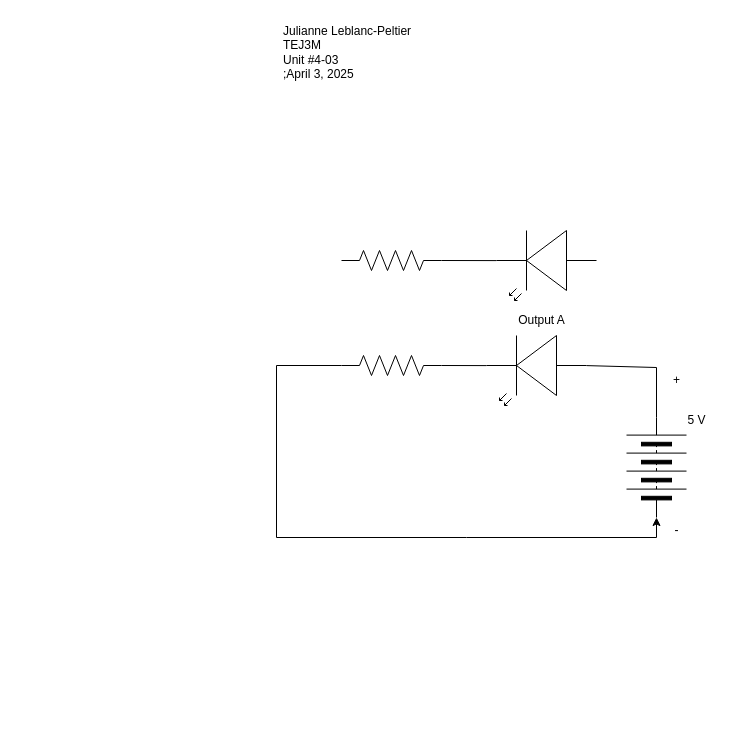
The draw.io diagram design/TEJ3M-4-03-Extra.drawio in Julianne-Leblanc-Peltier/TEJ3M-Unit4, before the edit. Source tidied: cells renumbered, new cells numbered last; positions are measured from the earlier drawing's top-left corner, leaving out a move shared by most shapes. Both pictures are drawn from the tidied source at 100%, with x=0, y=0 at pixel (276, 17).
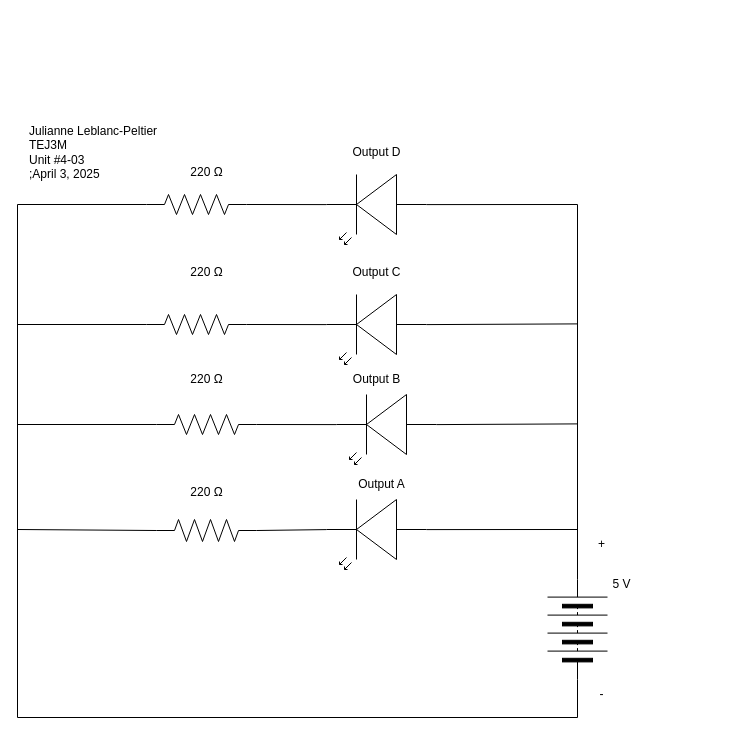
The same diagram, later.

Commit message (it also covers changes not shown here):
finished 4-03 extra schematic

Diff of the diagram source:
```diff
@@
     <mxCell id="2" style="verticalLabelPosition=bottom;shadow=0;dashed=0;align=center;html=1;verticalAlign=top;shape=mxgraph.electrical.miscellaneous.batteryStack;rotation=-90;" parent="1" vertex="1">
-      <mxGeometry x="330" y="420" width="100" height="60" as="geometry" />
+      <mxGeometry x="251" y="582" width="100" height="60" as="geometry" />
     </mxCell>
-    <mxCell id="3" style="edgeStyle=none;html=1;exitX=1;exitY=0.5;exitDx=0;exitDy=0;exitPerimeter=0;entryX=0;entryY=0.5;entryDx=0;entryDy=0;rounded=0;curved=0;" parent="1" edge="1" source="4" target="2">
-      <mxGeometry relative="1" as="geometry">
-        <Array as="points">
-          <mxPoint y="348" />
-          <mxPoint y="520" />
-          <mxPoint x="190" y="520" />
-          <mxPoint x="380" y="520" />
-        </Array>
-      </mxGeometry>
-    </mxCell>
     <mxCell id="4" style="verticalLabelPosition=bottom;shadow=0;dashed=0;align=center;html=1;verticalAlign=top;shape=mxgraph.electrical.resistors.resistor_2;rotation=-180;" parent="1" vertex="1">
-      <mxGeometry x="65" y="338" width="100" height="20" as="geometry" />
+      <mxGeometry x="-120" y="502" width="100" height="22" as="geometry" />
     </mxCell>
     <mxCell id="5" style="verticalLabelPosition=bottom;shadow=0;dashed=0;align=center;html=1;verticalAlign=top;shape=mxgraph.electrical.opto_electronics.led_2;rotation=-180;" parent="1" vertex="1">
-      <mxGeometry x="210" y="318" width="100" height="70" as="geometry" />
+      <mxGeometry x="50" y="482" width="100" height="70" as="geometry" />
     </mxCell>
-    <mxCell id="6" style="edgeStyle=none;html=1;exitX=1;exitY=0.5;exitDx=0;exitDy=0;entryX=0;entryY=0.57;entryDx=0;entryDy=0;entryPerimeter=0;rounded=0;curved=0;endArrow=none;endFill=0;" parent="1" edge="1" source="2" target="5">
+    <mxCell id="6" style="edgeStyle=none;html=1;exitX=1;exitY=0.5;exitDx=0;exitDy=0;entryX=0;entryY=0.57;entryDx=0;entryDy=0;entryPerimeter=0;rounded=0;curved=0;endArrow=none;endFill=0;" parent="1" edge="1" source="2" target="19">
       <mxGeometry relative="1" as="geometry">
         <Array as="points">
-          <mxPoint x="380" y="350" />
+          <mxPoint x="301" y="187" />
         </Array>
       </mxGeometry>
     </mxCell>
     <mxCell id="7" value="Output A" style="text;html=1;align=center;verticalAlign=middle;strokeColor=none;fillColor=none;" parent="1" vertex="1">
-      <mxGeometry x="230" y="288" width="70" height="30" as="geometry" />
+      <mxGeometry x="70" y="452" width="70" height="30" as="geometry" />
     </mxCell>
     <mxCell id="8" value="5 V" style="text;html=1;align=center;verticalAlign=middle;strokeColor=none;fillColor=none;" parent="1" vertex="1">
-      <mxGeometry x="400" y="388" width="40" height="30" as="geometry" />
+      <mxGeometry x="325" y="552" width="40" height="30" as="geometry" />
     </mxCell>
     <mxCell id="9" value="+" style="text;html=1;align=center;verticalAlign=middle;strokeColor=none;fillColor=none;" parent="1" vertex="1">
-      <mxGeometry x="385" y="348" width="30" height="30" as="geometry" />
+      <mxGeometry x="310" y="512" width="30" height="30" as="geometry" />
     </mxCell>
     <mxCell id="10" value="-" style="text;html=1;align=center;verticalAlign=middle;strokeColor=none;fillColor=none;" parent="1" vertex="1">
-      <mxGeometry x="385" y="498" width="30" height="30" as="geometry" />
+      <mxGeometry x="310" y="662" width="30" height="30" as="geometry" />
     </mxCell>
     <mxCell id="11" value="Julianne Leblanc-Peltier&lt;div&gt;TEJ3M&lt;/div&gt;&lt;div&gt;Unit #4-03&lt;/div&gt;&lt;div&gt;;April 3, 2025&lt;/div&gt;" style="text;html=1;align=left;verticalAlign=middle;strokeColor=none;fillColor=none;" parent="1" vertex="1">
-      <mxGeometry x="5" width="160" height="70" as="geometry" />
+      <mxGeometry x="-249" y="100" width="160" height="70" as="geometry" />
     </mxCell>
     <mxCell id="12" style="verticalLabelPosition=bottom;shadow=0;dashed=0;align=center;html=1;verticalAlign=top;shape=mxgraph.electrical.opto_electronics.led_2;rotation=-180;" parent="1" vertex="1">
-      <mxGeometry x="220" y="213" width="100" height="70" as="geometry" />
+      <mxGeometry x="60" y="377" width="100" height="70" as="geometry" />
     </mxCell>
     <mxCell id="13" style="verticalLabelPosition=bottom;shadow=0;dashed=0;align=center;html=1;verticalAlign=top;shape=mxgraph.electrical.resistors.resistor_2;rotation=-180;" parent="1" vertex="1">
-      <mxGeometry x="65" y="233" width="100" height="20" as="geometry" />
+      <mxGeometry x="-120" y="397" width="100" height="20" as="geometry" />
     </mxCell>
@@
+    <mxCell id="16" style="verticalLabelPosition=bottom;shadow=0;dashed=0;align=center;html=1;verticalAlign=top;shape=mxgraph.electrical.opto_electronics.led_2;rotation=-180;" parent="1" vertex="1">
+      <mxGeometry x="50" y="277" width="100" height="70" as="geometry" />
+    </mxCell>
+    <mxCell id="17" style="verticalLabelPosition=bottom;shadow=0;dashed=0;align=center;html=1;verticalAlign=top;shape=mxgraph.electrical.resistors.resistor_2;rotation=-180;" parent="1" vertex="1">
+      <mxGeometry x="-130" y="297" width="100" height="20" as="geometry" />
+    </mxCell>
+    <mxCell id="18" style="edgeStyle=none;html=1;exitX=1;exitY=0.57;exitDx=0;exitDy=0;exitPerimeter=0;entryX=0;entryY=0.5;entryDx=0;entryDy=0;entryPerimeter=0;endArrow=none;endFill=0;" parent="1" edge="1" source="16" target="17">
+      <mxGeometry relative="1" as="geometry" />
+    </mxCell>
+    <mxCell id="19" style="verticalLabelPosition=bottom;shadow=0;dashed=0;align=center;html=1;verticalAlign=top;shape=mxgraph.electrical.opto_electronics.led_2;rotation=-180;" parent="1" vertex="1">
+      <mxGeometry x="50" y="157" width="100" height="70" as="geometry" />
+    </mxCell>
+    <mxCell id="20" style="edgeStyle=none;html=1;exitX=1;exitY=0.5;exitDx=0;exitDy=0;exitPerimeter=0;entryX=0;entryY=0.5;entryDx=0;entryDy=0;endArrow=none;endFill=0;rounded=0;curved=0;" parent="1" edge="1" source="21" target="2">
+      <mxGeometry relative="1" as="geometry">
+        <Array as="points">
+          <mxPoint x="-259" y="187" />
+          <mxPoint x="-259" y="700" />
+          <mxPoint x="301" y="700" />
+        </Array>
+      </mxGeometry>
+    </mxCell>
+    <mxCell id="21" style="verticalLabelPosition=bottom;shadow=0;dashed=0;align=center;html=1;verticalAlign=top;shape=mxgraph.electrical.resistors.resistor_2;rotation=-180;" parent="1" vertex="1">
+      <mxGeometry x="-130" y="177" width="100" height="20" as="geometry" />
+    </mxCell>
+    <mxCell id="22" style="edgeStyle=none;html=1;exitX=1;exitY=0.57;exitDx=0;exitDy=0;exitPerimeter=0;entryX=0;entryY=0.5;entryDx=0;entryDy=0;entryPerimeter=0;endArrow=none;endFill=0;" parent="1" edge="1" source="19" target="21">
+      <mxGeometry relative="1" as="geometry" />
+    </mxCell>
+    <mxCell id="23" style="edgeStyle=none;jettySize=auto;html=1;exitX=0;exitY=0.57;exitDx=0;exitDy=0;exitPerimeter=0;endArrow=none;endFill=0;" parent="1" edge="1" source="5">
+      <mxGeometry relative="1" as="geometry">
+        <mxPoint x="301" y="512" as="targetPoint" />
+      </mxGeometry>
+    </mxCell>
+    <mxCell id="24" style="edgeStyle=none;jettySize=auto;html=1;exitX=0;exitY=0.57;exitDx=0;exitDy=0;exitPerimeter=0;endArrow=none;endFill=0;" parent="1" edge="1" source="12">
+      <mxGeometry relative="1" as="geometry">
+        <mxPoint x="301" y="406.4" as="targetPoint" />
+      </mxGeometry>
+    </mxCell>
+    <mxCell id="25" style="edgeStyle=none;jettySize=auto;html=1;exitX=0;exitY=0.57;exitDx=0;exitDy=0;exitPerimeter=0;endArrow=none;endFill=0;" parent="1" edge="1" source="16">
+      <mxGeometry relative="1" as="geometry">
+        <mxPoint x="301" y="306.4" as="targetPoint" />
+      </mxGeometry>
+    </mxCell>
+    <mxCell id="26" style="edgeStyle=none;jettySize=auto;html=1;endArrow=none;endFill=0;entryX=1;entryY=0.5;entryDx=0;entryDy=0;entryPerimeter=0;" parent="1" edge="1" target="13">
+      <mxGeometry relative="1" as="geometry">
+        <mxPoint x="-259" y="407" as="sourcePoint" />
+      </mxGeometry>
+    </mxCell>
+    <mxCell id="27" style="edgeStyle=none;jettySize=auto;html=1;endArrow=none;endFill=0;entryX=1;entryY=0.5;entryDx=0;entryDy=0;entryPerimeter=0;" parent="1" edge="1" target="4">
+      <mxGeometry relative="1" as="geometry">
+        <mxPoint x="-259" y="512" as="sourcePoint" />
+      </mxGeometry>
+    </mxCell>
+    <mxCell id="28" style="edgeStyle=none;jettySize=auto;html=1;endArrow=none;endFill=0;entryX=1;entryY=0.5;entryDx=0;entryDy=0;entryPerimeter=0;" parent="1" edge="1" target="17">
+      <mxGeometry relative="1" as="geometry">
+        <mxPoint x="-259" y="307" as="sourcePoint" />
+      </mxGeometry>
+    </mxCell>
+    <mxCell id="29" value="220&amp;nbsp;Ω" style="text;html=1;align=center;verticalAlign=middle;strokeColor=none;fillColor=none;" parent="1" vertex="1">
+      <mxGeometry x="-100" y="460" width="60" height="30" as="geometry" />
+    </mxCell>
+    <mxCell id="30" value="220&amp;nbsp;Ω" style="text;html=1;align=center;verticalAlign=middle;strokeColor=none;fillColor=none;" parent="1" vertex="1">
+      <mxGeometry x="-100" y="347" width="60" height="30" as="geometry" />
+    </mxCell>
+    <mxCell id="31" value="220&amp;nbsp;Ω" style="text;html=1;align=center;verticalAlign=middle;strokeColor=none;fillColor=none;" parent="1" vertex="1">
+      <mxGeometry x="-100" y="240" width="60" height="30" as="geometry" />
+    </mxCell>
+    <mxCell id="32" value="220&amp;nbsp;Ω" style="text;html=1;align=center;verticalAlign=middle;strokeColor=none;fillColor=none;" parent="1" vertex="1">
+      <mxGeometry x="-100" y="140" width="60" height="30" as="geometry" />
+    </mxCell>
+    <mxCell id="33" value="Output B" style="text;html=1;align=center;verticalAlign=middle;strokeColor=none;fillColor=none;" parent="1" vertex="1">
+      <mxGeometry x="65" y="347" width="70" height="30" as="geometry" />
+    </mxCell>
+    <mxCell id="34" value="Output C" style="text;html=1;align=center;verticalAlign=middle;strokeColor=none;fillColor=none;" parent="1" vertex="1">
+      <mxGeometry x="65" y="240" width="70" height="30" as="geometry" />
+    </mxCell>
+    <mxCell id="35" value="Output D" style="text;html=1;align=center;verticalAlign=middle;strokeColor=none;fillColor=none;" parent="1" vertex="1">
+      <mxGeometry x="65" y="120" width="70" height="30" as="geometry" />
+    </mxCell>
```
